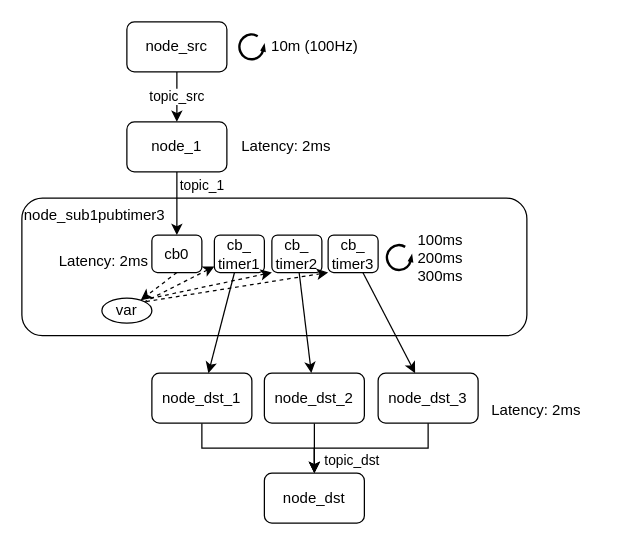
Before: page "sample_sub1pubtimer3" (7 of 7) of node_diagram.drawio in takeshi-iwanari/caret_sample, a draw.io diagram. Source tidied: cells renumbered, new cells numbered last; positions are measured from the earlier drawing's top-left corner, leaving out a move shared by most shapes. Both pictures are drawn from the tidied source at 125%, with x=0, y=0 at pixel (21, 21).
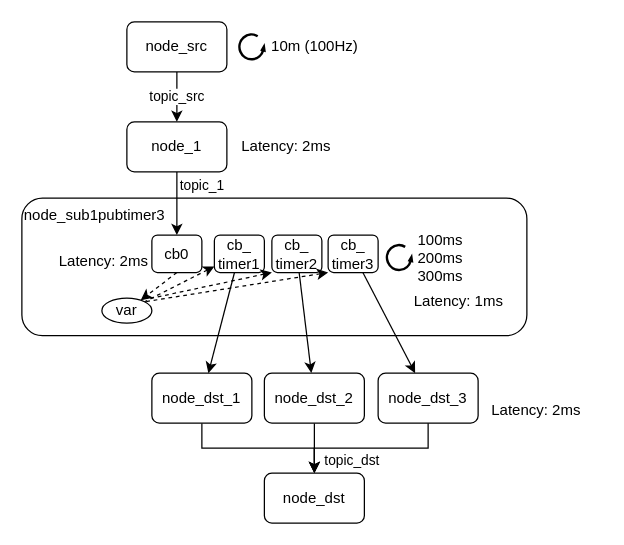
Above is the later version.

Commit message (it also covers changes not shown here):
change: add latency for timer callback

Change to the diagram source:
```diff
@@
+    <mxCell id="33" value="Latency: 1ms" style="text;html=1;align=left;verticalAlign=middle;strokeColor=none;fillColor=none;" parent="1" vertex="1">
+      <mxGeometry x="312" y="213.5" width="90" height="20" as="geometry" />
+    </mxCell>
```
